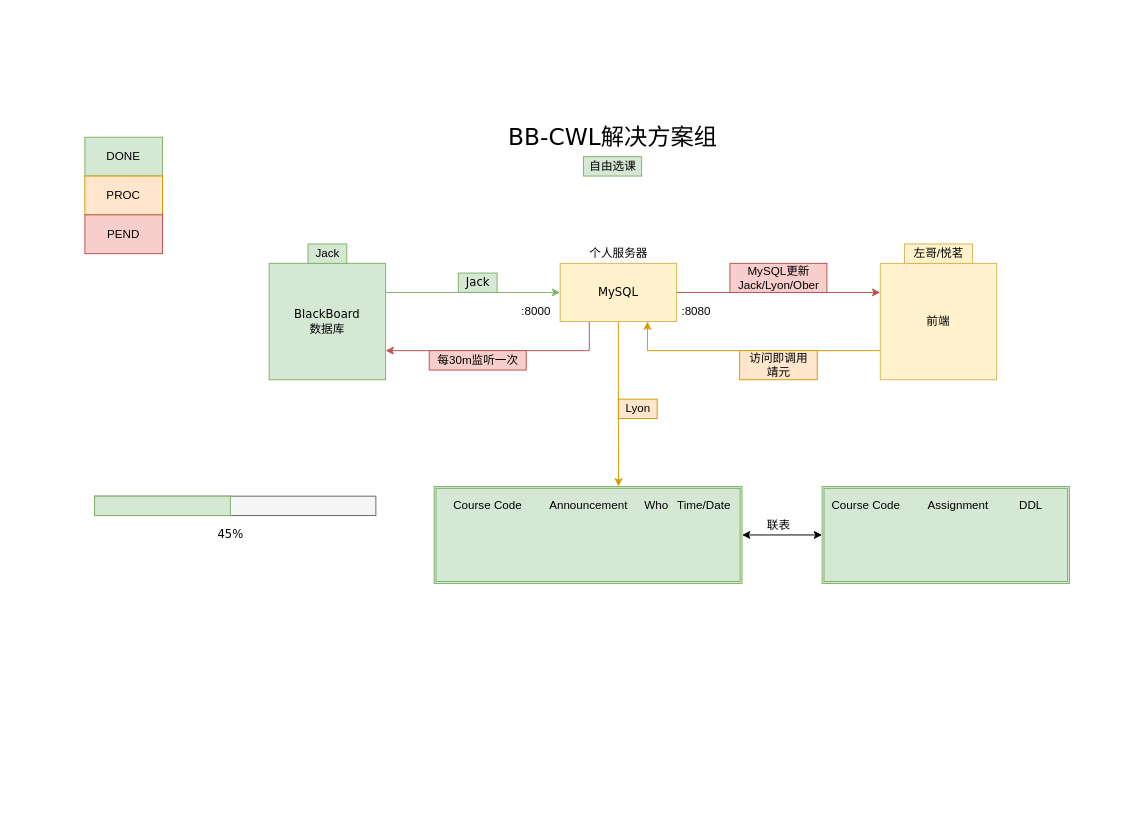
The draw.io diagram Doc/Graphs/项目解决方案.drawio in HeptaDevGrp/BB-CWL, before the edit. Source tidied: cells renumbered, new cells numbered last; positions are measured from the earlier drawing's top-left corner, leaving out a move shared by most shapes. Both pictures are drawn from the tidied source at 97%, with x=0, y=0 at pixel (84, 127).
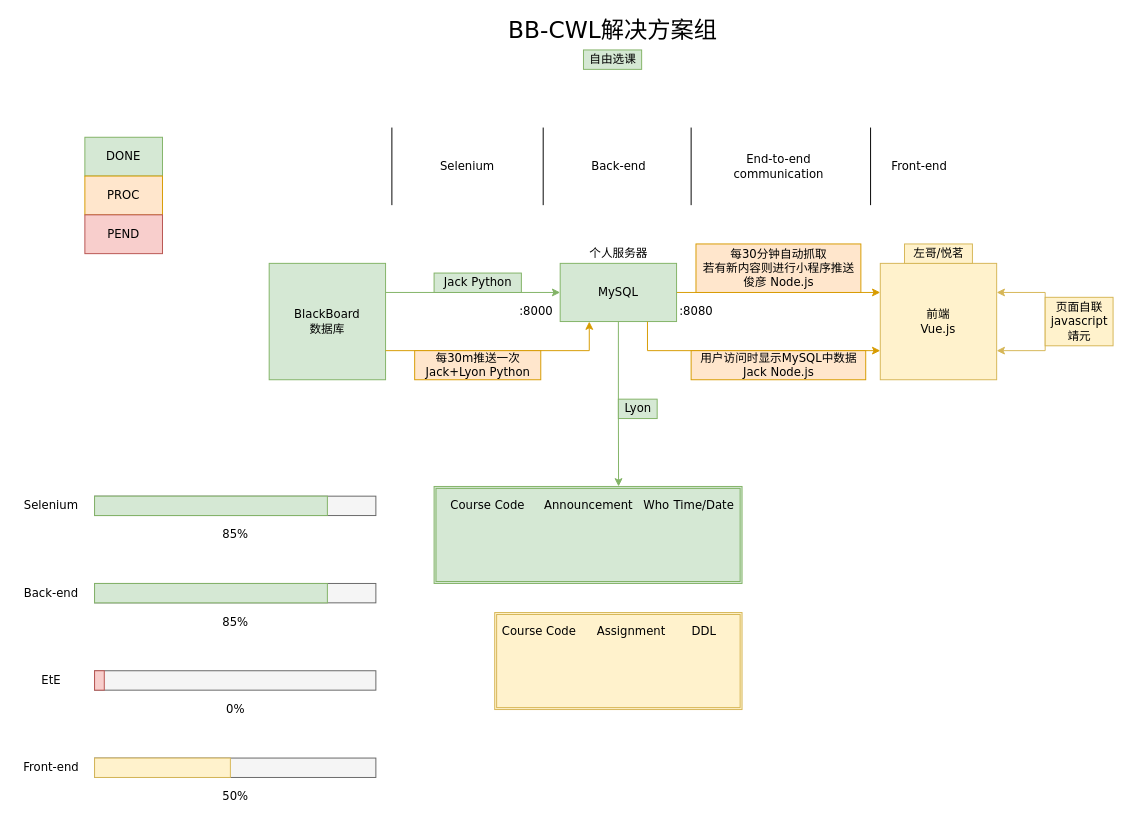
The same diagram, later.

Commit message (it also covers changes not shown here):
finished node part

The change refers to these unchanged cells:
```xml
<mxCell id="5" value="BlackBoard&lt;br&gt;数据库" style="rounded=0;whiteSpace=wrap;html=1;fontFamily=Verdana;fillColor=#d5e8d4;strokeColor=#82b366;" parent="1" vertex="1">
  <mxGeometry x="190" y="140" width="120" height="120" as="geometry" />
</mxCell>
```

What changed in the source:
```diff
@@
-    <mxCell id="2" style="shape=ext;double=1;rounded=0;whiteSpace=wrap;html=1;fillColor=#d5e8d4;strokeColor=#82b366;" parent="1" vertex="1">
+    <mxCell id="2" style="shape=ext;double=1;rounded=0;whiteSpace=wrap;html=1;fillColor=#d5e8d4;strokeColor=#82b366;fontFamily=Verdana;" parent="1" vertex="1">
       <mxGeometry x="360" y="370" width="317.5" height="100" as="geometry" />
     </mxCell>
     <mxCell id="3" value="&lt;font style=&quot;font-size: 24px&quot;&gt;BB-CWL解决方案组&lt;/font&gt;" style="text;html=1;align=center;verticalAlign=middle;fontFamily=Verdana;" parent="1" vertex="1">
-      <mxGeometry x="429" width="230" height="20" as="geometry" />
+      <mxGeometry x="429" y="-110" width="230" height="20" as="geometry" />
     </mxCell>
@@
-    <mxCell id="6" style="edgeStyle=orthogonalEdgeStyle;rounded=0;jettySize=auto;html=1;exitX=0.25;exitY=1;exitDx=0;exitDy=0;entryX=1;entryY=0.75;entryDx=0;entryDy=0;fontFamily=Verdana;fillColor=#f8cecc;strokeColor=#b85450;" parent="1" edge="1" source="9" target="5">
+    <mxCell id="6" style="edgeStyle=orthogonalEdgeStyle;rounded=0;jettySize=auto;html=1;exitX=0.25;exitY=1;exitDx=0;exitDy=0;entryX=1;entryY=0.75;entryDx=0;entryDy=0;fontFamily=Verdana;fillColor=#ffe6cc;strokeColor=#d79b00;startArrow=classic;startFill=1;endArrow=none;endFill=0;" parent="1" edge="1" source="9" target="5">
       <mxGeometry relative="1" as="geometry" />
     </mxCell>
-    <mxCell id="7" style="edgeStyle=orthogonalEdgeStyle;rounded=0;jettySize=auto;html=1;exitX=1;exitY=0.5;exitDx=0;exitDy=0;entryX=0;entryY=0.25;entryDx=0;entryDy=0;fontFamily=Verdana;fillColor=#f8cecc;strokeColor=#b85450;" parent="1" edge="1" source="9" target="13">
+    <mxCell id="7" style="edgeStyle=orthogonalEdgeStyle;rounded=0;jettySize=auto;html=1;exitX=1;exitY=0.5;exitDx=0;exitDy=0;entryX=0;entryY=0.25;entryDx=0;entryDy=0;fontFamily=Verdana;fillColor=#ffe6cc;strokeColor=#d79b00;" parent="1" edge="1" source="9" target="13">
       <mxGeometry relative="1" as="geometry" />
     </mxCell>
-    <mxCell id="8" style="edgeStyle=orthogonalEdgeStyle;rounded=0;jettySize=auto;html=1;exitX=0.5;exitY=1;exitDx=0;exitDy=0;fillColor=#ffe6cc;strokeColor=#d79b00;" parent="1" edge="1" source="9">
+    <mxCell id="8" style="edgeStyle=orthogonalEdgeStyle;rounded=0;jettySize=auto;html=1;exitX=0.5;exitY=1;exitDx=0;exitDy=0;fillColor=#d5e8d4;strokeColor=#82b366;fontFamily=Verdana;" parent="1" edge="1" source="9">
       <mxGeometry relative="1" as="geometry">
         <mxPoint x="550.2" y="370" as="targetPoint" />
       </mxGeometry>
     </mxCell>
-    <mxCell id="9" value="MySQL" style="rounded=0;whiteSpace=wrap;html=1;fontFamily=Verdana;fillColor=#fff2cc;strokeColor=#d6b656;" parent="1" vertex="1">
+    <mxCell id="9" value="MySQL" style="rounded=0;whiteSpace=wrap;html=1;fontFamily=Verdana;fillColor=#d5e8d4;strokeColor=#82b366;" parent="1" vertex="1">
       <mxGeometry x="490" y="140" width="120" height="60" as="geometry" />
     </mxCell>
-    <mxCell id="10" value="Jack" style="text;html=1;align=center;verticalAlign=middle;fontFamily=Verdana;fillColor=#d5e8d4;strokeColor=#82b366;" parent="1" vertex="1">
-      <mxGeometry x="385" y="150" width="40" height="20" as="geometry" />
+    <mxCell id="10" value="Jack Python" style="text;html=1;align=center;verticalAlign=middle;fontFamily=Verdana;fillColor=#d5e8d4;strokeColor=#82b366;" parent="1" vertex="1">
+      <mxGeometry x="360" y="150" width="90" height="20" as="geometry" />
     </mxCell>
@@
-    <mxCell id="12" style="edgeStyle=orthogonalEdgeStyle;rounded=0;jettySize=auto;html=1;exitX=0;exitY=0.75;exitDx=0;exitDy=0;entryX=0.75;entryY=1;entryDx=0;entryDy=0;fontFamily=Verdana;fillColor=#ffe6cc;strokeColor=#d79b00;" parent="1" edge="1" source="13" target="9">
+    <mxCell id="12" style="edgeStyle=orthogonalEdgeStyle;rounded=0;jettySize=auto;html=1;exitX=0;exitY=0.75;exitDx=0;exitDy=0;entryX=0.75;entryY=1;entryDx=0;entryDy=0;fontFamily=Verdana;fillColor=#ffe6cc;strokeColor=#d79b00;startArrow=classic;startFill=1;endArrow=none;endFill=0;" parent="1" edge="1" source="13" target="9">
       <mxGeometry relative="1" as="geometry" />
     </mxCell>
-    <mxCell id="13" value="前端" style="rounded=0;whiteSpace=wrap;html=1;fontFamily=Verdana;fillColor=#fff2cc;strokeColor=#d6b656;" parent="1" vertex="1">
+    <mxCell id="13" value="前端&lt;br&gt;Vue.js" style="rounded=0;whiteSpace=wrap;html=1;fontFamily=Verdana;fillColor=#fff2cc;strokeColor=#d6b656;" parent="1" vertex="1">
       <mxGeometry x="820" y="140" width="120" height="120" as="geometry" />
     </mxCell>
-    <mxCell id="14" value="访问即调用&lt;br&gt;靖元" style="text;html=1;align=center;verticalAlign=middle;fillColor=#ffe6cc;strokeColor=#d79b00;" parent="1" vertex="1">
-      <mxGeometry x="675" y="230" width="80" height="30" as="geometry" />
+    <mxCell id="14" value="用户访问时显示MySQL中数据&lt;br&gt;Jack Node.js" style="text;html=1;align=center;verticalAlign=middle;fillColor=#ffe6cc;strokeColor=#d79b00;fontFamily=Verdana;" parent="1" vertex="1">
+      <mxGeometry x="625" y="230" width="180" height="30" as="geometry" />
     </mxCell>
-    <mxCell id="15" value="每30m监听一次" style="text;html=1;align=center;verticalAlign=middle;fillColor=#f8cecc;strokeColor=#b85450;" parent="1" vertex="1">
-      <mxGeometry x="355" y="230" width="100" height="20" as="geometry" />
+    <mxCell id="15" value="每30m推送一次&lt;br&gt;Jack+Lyon Python" style="text;html=1;align=center;verticalAlign=middle;fillColor=#ffe6cc;strokeColor=#d79b00;fontFamily=Verdana;" parent="1" vertex="1">
+      <mxGeometry x="340" y="230" width="130" height="30" as="geometry" />
     </mxCell>
-    <mxCell id="16" value="自由选课" style="text;html=1;align=center;verticalAlign=middle;fillColor=#d5e8d4;strokeColor=#82b366;" parent="1" vertex="1">
-      <mxGeometry x="514" y="30" width="60" height="20" as="geometry" />
+    <mxCell id="16" value="自由选课" style="text;html=1;align=center;verticalAlign=middle;fillColor=#d5e8d4;strokeColor=#82b366;fontFamily=Verdana;" parent="1" vertex="1">
+      <mxGeometry x="514" y="-80" width="60" height="20" as="geometry" />
     </mxCell>
-    <mxCell id="17" value="MySQL更新&lt;br&gt;Jack/Lyon/Ober" style="text;html=1;align=center;verticalAlign=middle;fillColor=#f8cecc;strokeColor=#b85450;" parent="1" vertex="1">
-      <mxGeometry x="665" y="140" width="100" height="30" as="geometry" />
+    <mxCell id="17" value="每30分钟自动抓取&lt;br&gt;若有新内容则进行小程序推送&lt;br&gt;俊彦 Node.js" style="text;html=1;align=center;verticalAlign=middle;fillColor=#ffe6cc;strokeColor=#d79b00;fontFamily=Verdana;" parent="1" vertex="1">
+      <mxGeometry x="630" y="120" width="170" height="50" as="geometry" />
     </mxCell>
-    <mxCell id="18" value="Course Code" style="text;html=1;align=center;verticalAlign=middle;" parent="1" vertex="1">
+    <mxCell id="18" value="Course Code" style="text;html=1;align=center;verticalAlign=middle;fontFamily=Verdana;" parent="1" vertex="1">
       <mxGeometry x="370" y="380" width="90" height="20" as="geometry" />
     </mxCell>
-    <mxCell id="19" value="Announcement" style="text;html=1;align=center;verticalAlign=middle;" parent="1" vertex="1">
-      <mxGeometry x="468.8" y="380" width="100" height="20" as="geometry" />
+    <mxCell id="19" value="Announcement" style="text;html=1;align=center;verticalAlign=middle;fontFamily=Verdana;" parent="1" vertex="1">
+      <mxGeometry x="463.8" y="380" width="110" height="20" as="geometry" />
     </mxCell>
-    <mxCell id="20" value="Time/Date" style="text;html=1;align=center;verticalAlign=middle;" parent="1" vertex="1">
-      <mxGeometry x="602.5" y="380" width="70" height="20" as="geometry" />
+    <mxCell id="20" value="Time/Date" style="text;html=1;align=center;verticalAlign=middle;fontFamily=Verdana;" parent="1" vertex="1">
+      <mxGeometry x="597.5" y="380" width="80" height="20" as="geometry" />
     </mxCell>
-    <mxCell id="21" style="shape=ext;double=1;rounded=0;whiteSpace=wrap;html=1;fillColor=#d5e8d4;strokeColor=#82b366;" parent="1" vertex="1">
-      <mxGeometry x="760" y="370" width="255" height="100" as="geometry" />
+    <mxCell id="21" style="shape=ext;double=1;rounded=0;whiteSpace=wrap;html=1;fillColor=#fff2cc;strokeColor=#d6b656;fontFamily=Verdana;" parent="1" vertex="1">
+      <mxGeometry x="422.5" y="500" width="255" height="100" as="geometry" />
     </mxCell>
-    <mxCell id="22" value="Course Code" style="text;html=1;align=center;verticalAlign=middle;" parent="1" vertex="1">
-      <mxGeometry x="760" y="380" width="90" height="20" as="geometry" />
+    <mxCell id="22" value="Course Code" style="text;html=1;align=center;verticalAlign=middle;fontFamily=Verdana;" parent="1" vertex="1">
+      <mxGeometry x="422.5" y="510" width="90" height="20" as="geometry" />
     </mxCell>
-    <mxCell id="23" value="Assignment" style="text;html=1;align=center;verticalAlign=middle;" parent="1" vertex="1">
-      <mxGeometry x="860" y="380" width="80" height="20" as="geometry" />
+    <mxCell id="23" value="Assignment" style="text;html=1;align=center;verticalAlign=middle;fontFamily=Verdana;" parent="1" vertex="1">
+      <mxGeometry x="517.5" y="510" width="90" height="20" as="geometry" />
     </mxCell>
-    <mxCell id="24" value="DDL" style="text;html=1;align=center;verticalAlign=middle;" parent="1" vertex="1">
-      <mxGeometry x="955" y="380" width="40" height="20" as="geometry" />
+    <mxCell id="24" value="DDL" style="text;html=1;align=center;verticalAlign=middle;fontFamily=Verdana;" parent="1" vertex="1">
+      <mxGeometry x="617.5" y="510" width="40" height="20" as="geometry" />
     </mxCell>
-    <mxCell id="25" value=":8080" style="text;html=1;align=center;verticalAlign=middle;" parent="1" vertex="1">
+    <mxCell id="25" value=":8080" style="text;html=1;align=center;verticalAlign=middle;fontFamily=Verdana;" parent="1" vertex="1">
       <mxGeometry x="605" y="180" width="50" height="20" as="geometry" />
     </mxCell>
-    <mxCell id="26" value=":8000" style="text;html=1;align=center;verticalAlign=middle;" parent="1" vertex="1">
+    <mxCell id="26" value=":8000" style="text;html=1;align=center;verticalAlign=middle;fontFamily=Verdana;" parent="1" vertex="1">
       <mxGeometry x="440" y="180" width="50" height="20" as="geometry" />
     </mxCell>
-    <mxCell id="27" style="endArrow=classic;startArrow=classic;html=1;exitX=1;exitY=0.5;exitDx=0;exitDy=0;entryX=0;entryY=0.5;entryDx=0;entryDy=0;" parent="1" edge="1" source="2" target="21">
-      <mxGeometry relative="1" as="geometry" />
-    </mxCell>
-    <mxCell id="28" value="Who" style="text;html=1;align=center;verticalAlign=middle;" parent="1" vertex="1">
+    <mxCell id="28" value="Who" style="text;html=1;align=center;verticalAlign=middle;fontFamily=Verdana;" parent="1" vertex="1">
       <mxGeometry x="568.8" y="380" width="40" height="20" as="geometry" />
     </mxCell>
-    <mxCell id="29" value="Lyon" style="text;html=1;align=center;verticalAlign=middle;fillColor=#ffe6cc;strokeColor=#d79b00;" parent="1" vertex="1">
+    <mxCell id="29" value="Lyon" style="text;html=1;align=center;verticalAlign=middle;fillColor=#d5e8d4;strokeColor=#82b366;fontFamily=Verdana;" parent="1" vertex="1">
       <mxGeometry x="550" y="280" width="40" height="20" as="geometry" />
     </mxCell>
-    <mxCell id="30" value="DONE" style="rounded=0;whiteSpace=wrap;html=1;fillColor=#d5e8d4;strokeColor=#82b366;" parent="1" vertex="1">
+    <mxCell id="30" value="DONE" style="rounded=0;whiteSpace=wrap;html=1;fillColor=#d5e8d4;strokeColor=#82b366;fontFamily=Verdana;" parent="1" vertex="1">
       <mxGeometry y="10" width="80" height="40" as="geometry" />
     </mxCell>
-    <mxCell id="31" value="PROC" style="rounded=0;whiteSpace=wrap;html=1;fillColor=#ffe6cc;strokeColor=#d79b00;" parent="1" vertex="1">
+    <mxCell id="31" value="PROC" style="rounded=0;whiteSpace=wrap;html=1;fillColor=#ffe6cc;strokeColor=#d79b00;fontFamily=Verdana;" parent="1" vertex="1">
       <mxGeometry y="50" width="80" height="40" as="geometry" />
     </mxCell>
-    <mxCell id="32" value="PEND" style="rounded=0;whiteSpace=wrap;html=1;fillColor=#f8cecc;strokeColor=#b85450;" parent="1" vertex="1">
+    <mxCell id="32" value="PEND" style="rounded=0;whiteSpace=wrap;html=1;fillColor=#f8cecc;strokeColor=#b85450;fontFamily=Verdana;" parent="1" vertex="1">
       <mxGeometry y="90" width="80" height="40" as="geometry" />
     </mxCell>
-    <mxCell id="33" value="Jack" style="text;html=1;align=center;verticalAlign=middle;fillColor=#d5e8d4;strokeColor=#82b366;" parent="1" vertex="1">
-      <mxGeometry x="230" y="120" width="40" height="20" as="geometry" />
-    </mxCell>
-    <mxCell id="34" value="左哥/悦茗" style="text;html=1;align=center;verticalAlign=middle;fillColor=#fff2cc;strokeColor=#d6b656;" parent="1" vertex="1">
+    <mxCell id="34" value="左哥/悦茗" style="text;html=1;align=center;verticalAlign=middle;fillColor=#fff2cc;strokeColor=#d6b656;fontFamily=Verdana;" parent="1" vertex="1">
       <mxGeometry x="845" y="120" width="70" height="20" as="geometry" />
     </mxCell>
-    <mxCell id="35" value="联表" style="text;html=1;align=center;verticalAlign=middle;" parent="1" vertex="1">
-      <mxGeometry x="695" y="400" width="40" height="20" as="geometry" />
-    </mxCell>
-    <mxCell id="36" style="rounded=0;whiteSpace=wrap;html=1;fillColor=#f5f5f5;strokeColor=#666666;fontColor=#333333;" parent="1" vertex="1">
+    <mxCell id="36" style="rounded=0;whiteSpace=wrap;html=1;fillColor=#f5f5f5;strokeColor=#666666;fontColor=#333333;fontFamily=Verdana;" parent="1" vertex="1">
       <mxGeometry x="10" y="380" width="290" height="20" as="geometry" />
     </mxCell>
-    <mxCell id="37" style="rounded=0;whiteSpace=wrap;html=1;fillColor=#d5e8d4;strokeColor=#82b366;" parent="1" vertex="1">
-      <mxGeometry x="10" y="380" width="140" height="20" as="geometry" />
+    <mxCell id="37" style="rounded=0;whiteSpace=wrap;html=1;fillColor=#d5e8d4;strokeColor=#82b366;fontFamily=Verdana;" parent="1" vertex="1">
+      <mxGeometry x="10" y="380" width="240" height="20" as="geometry" />
     </mxCell>
-    <mxCell id="38" value="&lt;font face=&quot;Verdana&quot;&gt;45%&lt;/font&gt;" style="text;html=1;align=center;verticalAlign=middle;" parent="1" vertex="1">
-      <mxGeometry x="130" y="410" width="40" height="20" as="geometry" />
+    <mxCell id="38" value="&lt;font&gt;85%&lt;/font&gt;" style="text;html=1;align=center;verticalAlign=middle;fontFamily=Verdana;" parent="1" vertex="1">
+      <mxGeometry x="135" y="410" width="40" height="20" as="geometry" />
     </mxCell>
+    <mxCell id="39" style="edgeStyle=orthogonalEdgeStyle;rounded=0;orthogonalLoop=1;jettySize=auto;html=1;exitX=1;exitY=0.75;exitDx=0;exitDy=0;entryX=1;entryY=0.25;entryDx=0;entryDy=0;startArrow=classic;startFill=1;endArrow=classic;endFill=1;fontFamily=Verdana;fillColor=#fff2cc;strokeColor=#d6b656;" parent="1" edge="1" source="13" target="13">
+      <mxGeometry relative="1" as="geometry">
+        <Array as="points">
+          <mxPoint x="990" y="230" />
+          <mxPoint x="990" y="170" />
+        </Array>
+      </mxGeometry>
+    </mxCell>
+    <mxCell id="40" value="页面自联&lt;br&gt;javascript&lt;br&gt;靖元" style="text;html=1;align=center;verticalAlign=middle;fontFamily=Verdana;fillColor=#fff2cc;strokeColor=#d6b656;" parent="1" vertex="1">
+      <mxGeometry x="990" y="175" width="70" height="50" as="geometry" />
+    </mxCell>
+    <mxCell id="41" value="Selenium" style="text;html=1;align=center;verticalAlign=middle;fontFamily=Verdana;" parent="1" vertex="1">
+      <mxGeometry x="-70" y="380" width="70" height="20" as="geometry" />
+    </mxCell>
+    <mxCell id="42" style="endArrow=none;html=1;fontFamily=Verdana;" parent="1" edge="1">
+      <mxGeometry relative="1" as="geometry">
+        <mxPoint x="810" y="80" as="sourcePoint" />
+        <mxPoint x="810" as="targetPoint" />
+      </mxGeometry>
+    </mxCell>
+    <mxCell id="43" value="Front-end" style="text;html=1;align=center;verticalAlign=middle;fontFamily=Verdana;" parent="1" vertex="1">
+      <mxGeometry x="825" y="30" width="70" height="20" as="geometry" />
+    </mxCell>
+    <mxCell id="44" style="endArrow=none;html=1;fontFamily=Verdana;" parent="1" edge="1">
+      <mxGeometry relative="1" as="geometry">
+        <mxPoint x="625" y="80" as="sourcePoint" />
+        <mxPoint x="625" as="targetPoint" />
+      </mxGeometry>
+    </mxCell>
+    <mxCell id="45" value="End-to-end&lt;br&gt;communication" style="text;html=1;align=center;verticalAlign=middle;fontFamily=Verdana;" parent="1" vertex="1">
+      <mxGeometry x="660" y="25" width="110" height="30" as="geometry" />
+    </mxCell>
+    <mxCell id="46" style="endArrow=none;html=1;fontFamily=Verdana;" parent="1" edge="1">
+      <mxGeometry relative="1" as="geometry">
+        <mxPoint x="472.5" y="80" as="sourcePoint" />
+        <mxPoint x="472.5" as="targetPoint" />
+      </mxGeometry>
+    </mxCell>
+    <mxCell id="47" value="Back-end" style="text;html=1;align=center;verticalAlign=middle;fontFamily=Verdana;" parent="1" vertex="1">
+      <mxGeometry x="515" y="30" width="70" height="20" as="geometry" />
+    </mxCell>
+    <mxCell id="48" style="endArrow=none;html=1;fontFamily=Verdana;" parent="1" edge="1">
+      <mxGeometry relative="1" as="geometry">
+        <mxPoint x="316.5" y="80" as="sourcePoint" />
+        <mxPoint x="316.5" as="targetPoint" />
+      </mxGeometry>
+    </mxCell>
+    <mxCell id="49" value="Selenium" style="text;html=1;align=center;verticalAlign=middle;fontFamily=Verdana;" parent="1" vertex="1">
+      <mxGeometry x="359" y="30" width="70" height="20" as="geometry" />
+    </mxCell>
+    <mxCell id="50" style="rounded=0;whiteSpace=wrap;html=1;fillColor=#f5f5f5;strokeColor=#666666;fontColor=#333333;fontFamily=Verdana;" parent="1" vertex="1">
+      <mxGeometry x="10" y="470" width="290" height="20" as="geometry" />
+    </mxCell>
+    <mxCell id="51" style="rounded=0;whiteSpace=wrap;html=1;fillColor=#d5e8d4;strokeColor=#82b366;fontFamily=Verdana;" parent="1" vertex="1">
+      <mxGeometry x="10" y="470" width="240" height="20" as="geometry" />
+    </mxCell>
+    <mxCell id="52" value="&lt;font&gt;85%&lt;/font&gt;" style="text;html=1;align=center;verticalAlign=middle;fontFamily=Verdana;" parent="1" vertex="1">
+      <mxGeometry x="135" y="500" width="40" height="20" as="geometry" />
+    </mxCell>
+    <mxCell id="53" value="Back-end" style="text;html=1;align=center;verticalAlign=middle;fontFamily=Verdana;" parent="1" vertex="1">
+      <mxGeometry x="-70" y="470" width="70" height="20" as="geometry" />
+    </mxCell>
+    <mxCell id="54" style="rounded=0;whiteSpace=wrap;html=1;fillColor=#f5f5f5;strokeColor=#666666;fontColor=#333333;fontFamily=Verdana;" parent="1" vertex="1">
+      <mxGeometry x="10" y="560" width="290" height="20" as="geometry" />
+    </mxCell>
+    <mxCell id="55" value="&lt;font&gt;0%&lt;/font&gt;" style="text;html=1;align=center;verticalAlign=middle;fontFamily=Verdana;" parent="1" vertex="1">
+      <mxGeometry x="135" y="590" width="40" height="20" as="geometry" />
+    </mxCell>
+    <mxCell id="56" value="EtE" style="text;html=1;align=center;verticalAlign=middle;fontFamily=Verdana;" parent="1" vertex="1">
+      <mxGeometry x="-55" y="560" width="40" height="20" as="geometry" />
+    </mxCell>
+    <mxCell id="57" style="rounded=0;whiteSpace=wrap;html=1;fillColor=#f5f5f5;strokeColor=#666666;fontColor=#333333;fontFamily=Verdana;" parent="1" vertex="1">
+      <mxGeometry x="10" y="650" width="290" height="20" as="geometry" />
+    </mxCell>
+    <mxCell id="58" style="rounded=0;whiteSpace=wrap;html=1;fillColor=#fff2cc;strokeColor=#d6b656;fontFamily=Verdana;" parent="1" vertex="1">
+      <mxGeometry x="10" y="650" width="140" height="20" as="geometry" />
+    </mxCell>
+    <mxCell id="59" value="&lt;font&gt;50%&lt;/font&gt;" style="text;html=1;align=center;verticalAlign=middle;fontFamily=Verdana;" parent="1" vertex="1">
+      <mxGeometry x="135" y="680" width="40" height="20" as="geometry" />
+    </mxCell>
+    <mxCell id="60" value="Front-end" style="text;html=1;align=center;verticalAlign=middle;fontFamily=Verdana;" parent="1" vertex="1">
+      <mxGeometry x="-70" y="650" width="70" height="20" as="geometry" />
+    </mxCell>
+    <mxCell id="61" style="rounded=0;whiteSpace=wrap;html=1;fillColor=#f8cecc;strokeColor=#b85450;fontFamily=Verdana;" parent="1" vertex="1">
+      <mxGeometry x="10" y="560" width="10" height="20" as="geometry" />
+    </mxCell>
```
